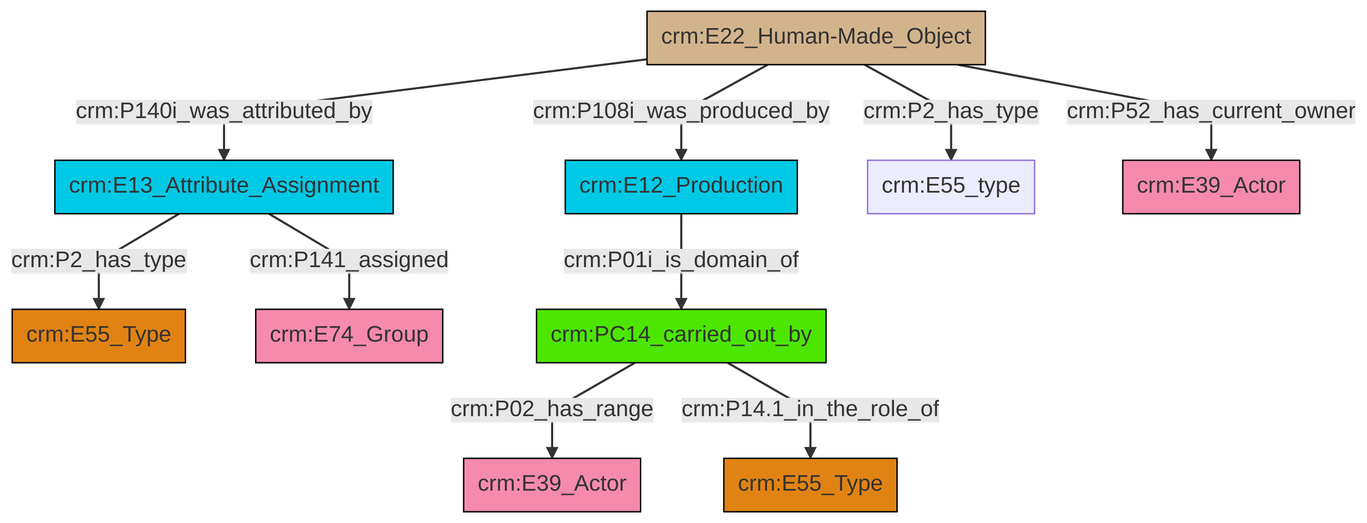
Above: et/builtWorkCSV/ttl/mmd/png/Built_Work_actor_relations.png in swiss-art-research-net/reference-data-models (Mermaid), before the change. Its source is kept beside it as et/builtWorkCSV/ttl/mmd/Built_Work_actor_relations.ttl.mmd.
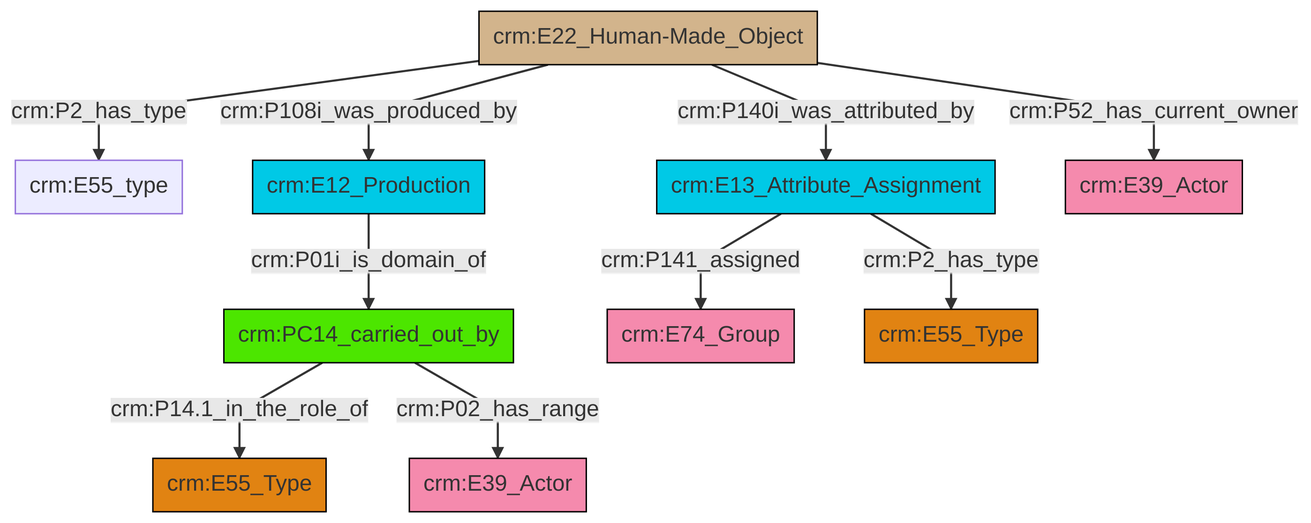
The same diagram one commit later.

Change to the diagram source:
```diff
@@ -13,12 +13,12 @@
 classDef PC_Classes fill:#4ce600, stroke:#000000;
 classDef Multi fill:#cccccc,stroke:#000000;
 
-2["crm:E13_Attribute_Assignment"]:::Temporal_Entity -->|crm:P141_assigned| 3["crm:E74_Group"]:::Actor
-4["crm:E12_Production"]:::Temporal_Entity -->|crm:P01i_is_domain_of| 6["crm:PC14_carried_out_by"]:::PC_Classes
-10["crm:E22_Human-Made_Object"]:::Physical_Thing -->|crm:P2_has_type| 11["crm:E55_type"]:::Default
-10["crm:E22_Human-Made_Object"]:::Physical_Thing -->|crm:P140i_was_attributed_by| 2["crm:E13_Attribute_Assignment"]:::Temporal_Entity
-6["crm:PC14_carried_out_by"]:::PC_Classes -->|crm:P02_has_range| 13["crm:E39_Actor"]:::Actor
-10["crm:E22_Human-Made_Object"]:::Physical_Thing -->|crm:P52_has_current_owner| 16["crm:E39_Actor"]:::Actor
-10["crm:E22_Human-Made_Object"]:::Physical_Thing -->|crm:P108i_was_produced_by| 4["crm:E12_Production"]:::Temporal_Entity
-2["crm:E13_Attribute_Assignment"]:::Temporal_Entity -->|crm:P2_has_type| 0["crm:E55_Type"]:::Type
-6["crm:PC14_carried_out_by"]:::PC_Classes -->|crm:P14.1_in_the_role_of| 19["crm:E55_Type"]:::Type
+0["crm:E22_Human-Made_Object"]:::Physical_Thing -->|crm:P2_has_type| 1["crm:E55_type"]:::Default
+2["crm:PC14_carried_out_by"]:::PC_Classes -->|crm:P14.1_in_the_role_of| 3["crm:E55_Type"]:::Type
+4["crm:E13_Attribute_Assignment"]:::Temporal_Entity -->|crm:P141_assigned| 5["crm:E74_Group"]:::Actor
+2["crm:PC14_carried_out_by"]:::PC_Classes -->|crm:P02_has_range| 9["crm:E39_Actor"]:::Actor
+0["crm:E22_Human-Made_Object"]:::Physical_Thing -->|crm:P108i_was_produced_by| 7["crm:E12_Production"]:::Temporal_Entity
+4["crm:E13_Attribute_Assignment"]:::Temporal_Entity -->|crm:P2_has_type| 14["crm:E55_Type"]:::Type
+7["crm:E12_Production"]:::Temporal_Entity -->|crm:P01i_is_domain_of| 2["crm:PC14_carried_out_by"]:::PC_Classes
+0["crm:E22_Human-Made_Object"]:::Physical_Thing -->|crm:P140i_was_attributed_by| 4["crm:E13_Attribute_Assignment"]:::Temporal_Entity
+0["crm:E22_Human-Made_Object"]:::Physical_Thing -->|crm:P52_has_current_owner| 17["crm:E39_Actor"]:::Actor
```
